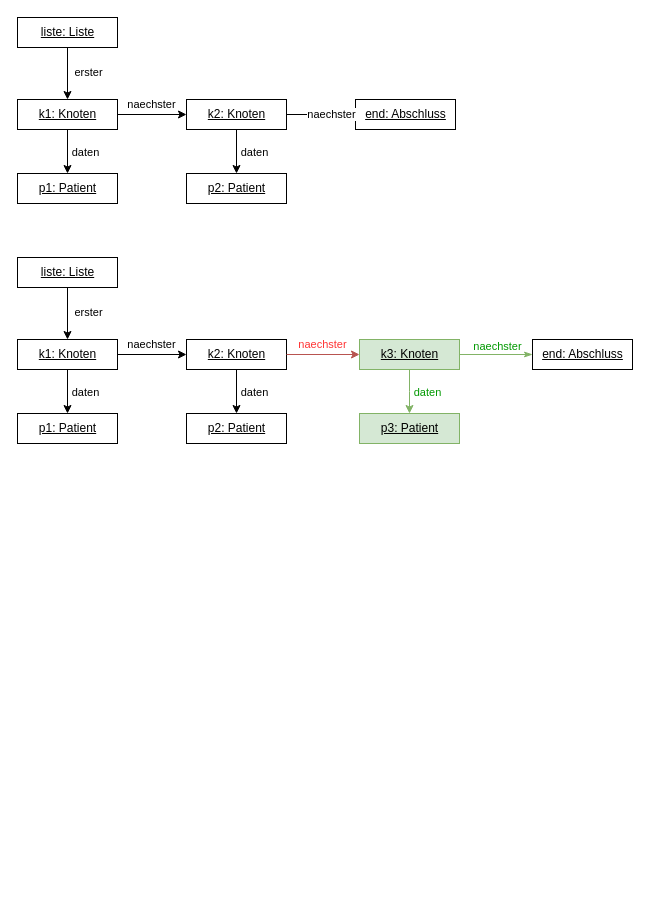
JoernWVSG/diagram keeps this draw.io diagram as page "Objektdiagramme" (2 of 3) of q11-liste-composite.drawio. Above is the earlier version. Source tidied: cells renumbered, new cells numbered last; positions are measured from the earlier drawing's top-left corner, leaving out a move shared by most shapes. Both pictures are drawn from the tidied source at 100%, with x=0, y=0 at pixel (17, 17).
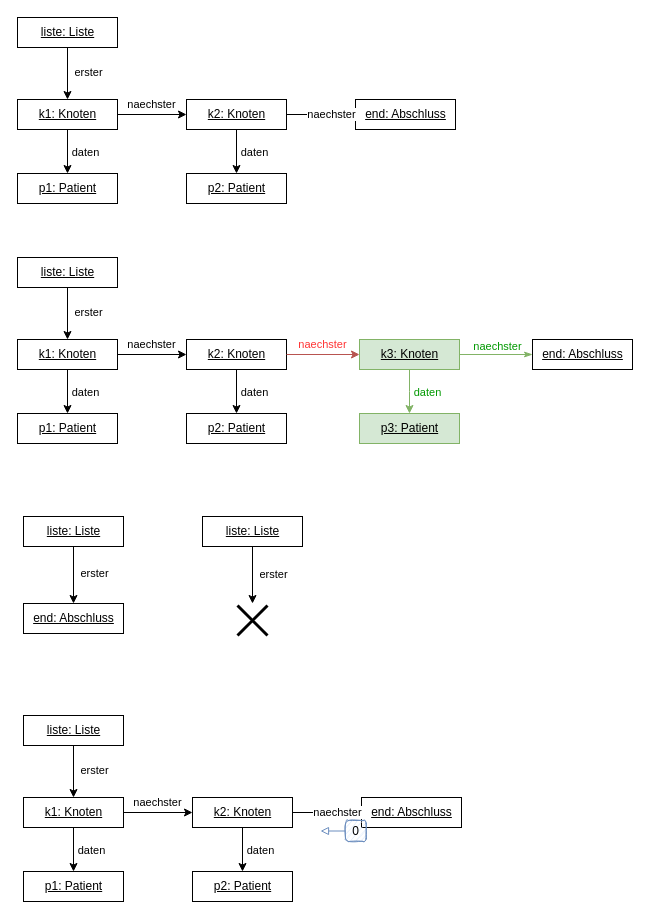
After the change.

The edit, as a diff of the source:
```diff
@@
+    <mxCell id="34" value="&lt;u&gt;liste: Liste&lt;/u&gt;" style="html=1;" parent="1" vertex="1">
+      <mxGeometry x="6" y="499" width="100" height="30" as="geometry" />
+    </mxCell>
+    <mxCell id="35" value="&lt;u&gt;end: Abschluss&lt;/u&gt;" style="html=1;" parent="1" vertex="1">
+      <mxGeometry x="6" y="586" width="100" height="30" as="geometry" />
+    </mxCell>
+    <mxCell id="36" value="erster" style="edgeStyle=orthogonalEdgeStyle;rounded=0;jettySize=auto;html=1;exitX=0.5;exitY=1;exitDx=0;exitDy=0;entryX=0.5;entryY=0;entryDx=0;entryDy=0;" parent="1" edge="1" source="34" target="35">
+      <mxGeometry x="-0.04" y="21" relative="1" as="geometry" />
+    </mxCell>
+    <mxCell id="37" value="&lt;u&gt;liste: Liste&lt;/u&gt;" style="html=1;" parent="1" vertex="1">
+      <mxGeometry x="185" y="499" width="100" height="30" as="geometry" />
+    </mxCell>
+    <mxCell id="38" value="erster" style="edgeStyle=orthogonalEdgeStyle;rounded=0;jettySize=auto;html=1;exitX=0.5;exitY=1;exitDx=0;exitDy=0;entryX=0.5;entryY=0;entryDx=0;entryDy=0;" parent="1" edge="1" source="37">
+      <mxGeometry x="-0.04" y="21" relative="1" as="geometry">
+        <mxPoint x="235" y="586" as="targetPoint" />
+      </mxGeometry>
+    </mxCell>
+    <mxCell id="39" style="shape=umlDestroy;whiteSpace=wrap;html=1;strokeWidth=3;" parent="1" vertex="1">
+      <mxGeometry x="220" y="588" width="30" height="30" as="geometry" />
+    </mxCell>
+    <mxCell id="40" value="&lt;u&gt;liste: Liste&lt;/u&gt;" style="html=1;" parent="1" vertex="1">
+      <mxGeometry x="6" y="698" width="100" height="30" as="geometry" />
+    </mxCell>
+    <mxCell id="41" value="naechster" style="edgeStyle=orthogonalEdgeStyle;rounded=0;jettySize=auto;html=1;exitX=1;exitY=0.5;exitDx=0;exitDy=0;" parent="1" edge="1" source="44" target="45">
+      <mxGeometry x="-0.01" y="10" relative="1" as="geometry" />
+    </mxCell>
+    <mxCell id="42" style="edgeStyle=orthogonalEdgeStyle;rounded=0;jettySize=auto;html=1;exitX=0.5;exitY=1;exitDx=0;exitDy=0;entryX=0.5;entryY=0;entryDx=0;entryDy=0;endArrow=classic;endFill=1;" parent="1" edge="1" source="44" target="49">
+      <mxGeometry relative="1" as="geometry" />
+    </mxCell>
+    <mxCell id="43" value="daten" style="edgeLabel;html=1;align=center;verticalAlign=middle;" parent="42" vertex="1">
+      <mxGeometry x="-0.14" y="2" relative="1" as="geometry">
+        <mxPoint x="15" y="3" as="offset" />
+      </mxGeometry>
+    </mxCell>
+    <mxCell id="44" value="&lt;u&gt;k1: Knoten&lt;/u&gt;" style="html=1;" parent="1" vertex="1">
+      <mxGeometry x="6" y="780" width="100" height="30" as="geometry" />
+    </mxCell>
+    <mxCell id="45" value="&lt;u&gt;k2: Knoten&lt;/u&gt;" style="html=1;" parent="1" vertex="1">
+      <mxGeometry x="175" y="780" width="100" height="30" as="geometry" />
+    </mxCell>
+    <mxCell id="46" value="&lt;u&gt;end: Abschluss&lt;/u&gt;" style="html=1;" parent="1" vertex="1">
+      <mxGeometry x="344" y="780" width="100" height="30" as="geometry" />
+    </mxCell>
+    <mxCell id="47" value="naechster" style="edgeStyle=orthogonalEdgeStyle;rounded=0;jettySize=auto;html=1;exitX=1;exitY=0.5;exitDx=0;exitDy=0;" parent="1" edge="1" source="45">
+      <mxGeometry x="-0.01" y="10" relative="1" as="geometry">
+        <mxPoint x="345" y="795" as="targetPoint" />
+      </mxGeometry>
+    </mxCell>
+    <mxCell id="48" value="erster" style="edgeStyle=orthogonalEdgeStyle;rounded=0;jettySize=auto;html=1;exitX=0.5;exitY=1;exitDx=0;exitDy=0;entryX=0.5;entryY=0;entryDx=0;entryDy=0;" parent="1" edge="1" source="40" target="44">
+      <mxGeometry x="-0.04" y="21" relative="1" as="geometry" />
+    </mxCell>
+    <mxCell id="49" value="&lt;u&gt;p1: Patient&lt;/u&gt;" style="html=1;" parent="1" vertex="1">
+      <mxGeometry x="6" y="854" width="100" height="30" as="geometry" />
+    </mxCell>
+    <mxCell id="50" value="&lt;u&gt;p2: Patient&lt;/u&gt;" style="html=1;" parent="1" vertex="1">
+      <mxGeometry x="175" y="854" width="100" height="30" as="geometry" />
+    </mxCell>
+    <mxCell id="51" style="edgeStyle=orthogonalEdgeStyle;rounded=0;jettySize=auto;html=1;exitX=0.5;exitY=1;exitDx=0;exitDy=0;entryX=0.5;entryY=0;entryDx=0;entryDy=0;endArrow=classic;endFill=1;" parent="1" edge="1" source="45" target="50">
+      <mxGeometry relative="1" as="geometry" />
+    </mxCell>
+    <mxCell id="52" value="daten" style="edgeLabel;html=1;align=center;verticalAlign=middle;" parent="51" vertex="1">
+      <mxGeometry x="-0.14" y="2" relative="1" as="geometry">
+        <mxPoint x="15" y="3" as="offset" />
+      </mxGeometry>
+    </mxCell>
+    <mxCell id="53" style="edgeStyle=orthogonalEdgeStyle;rounded=1;jettySize=auto;html=1;exitX=0;exitY=0.5;exitDx=0;exitDy=0;endArrow=block;endFill=0;fillColor=#dae8fc;strokeColor=#6c8ebf;" parent="1" edge="1" source="54">
+      <mxGeometry relative="1" as="geometry">
+        <mxPoint x="303" y="814" as="targetPoint" />
+      </mxGeometry>
+    </mxCell>
+    <mxCell id="54" value="0" style="text;html=1;strokeColor=#6c8ebf;fillColor=#dae8fc;align=center;verticalAlign=middle;whiteSpace=wrap;rounded=1;shadow=0;sketch=1;" parent="1" vertex="1">
+      <mxGeometry x="328" y="803" width="20.7" height="21" as="geometry" />
+    </mxCell>
```
